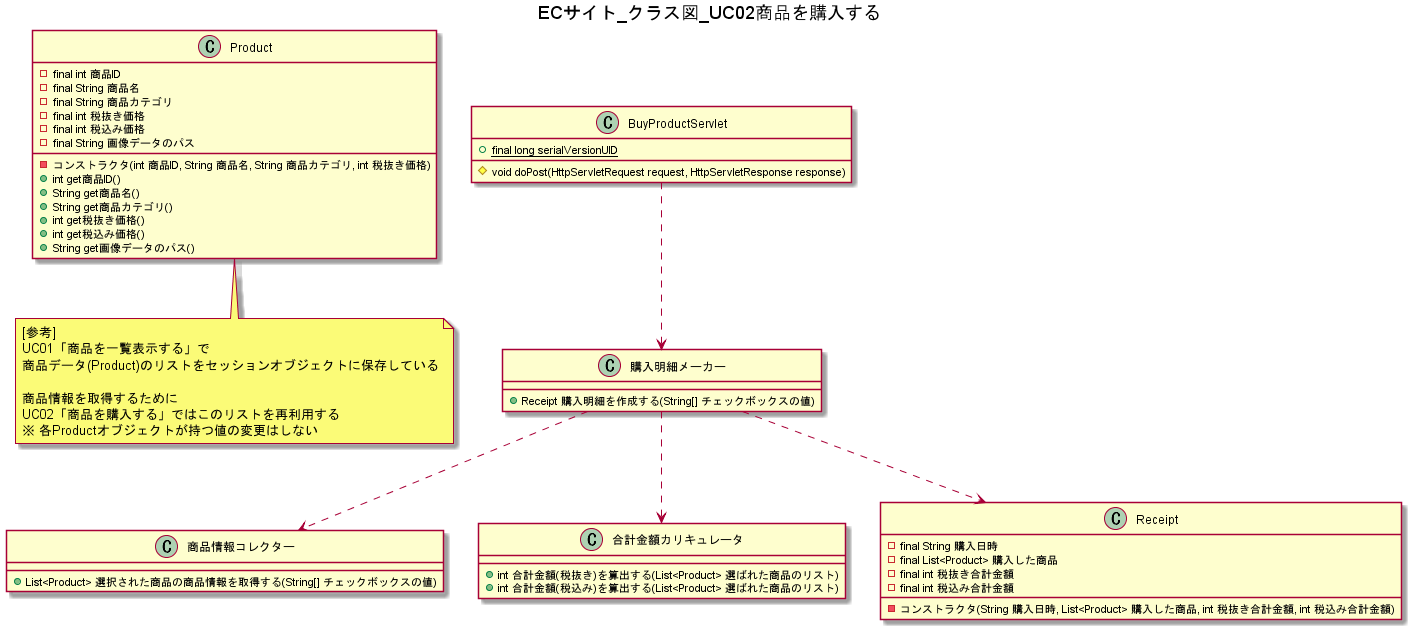
Earlier version of the PlantUML export UML/ECサイト_クラス図_UC02商品を購入する.png (wnakayama/ojt_ecsite).
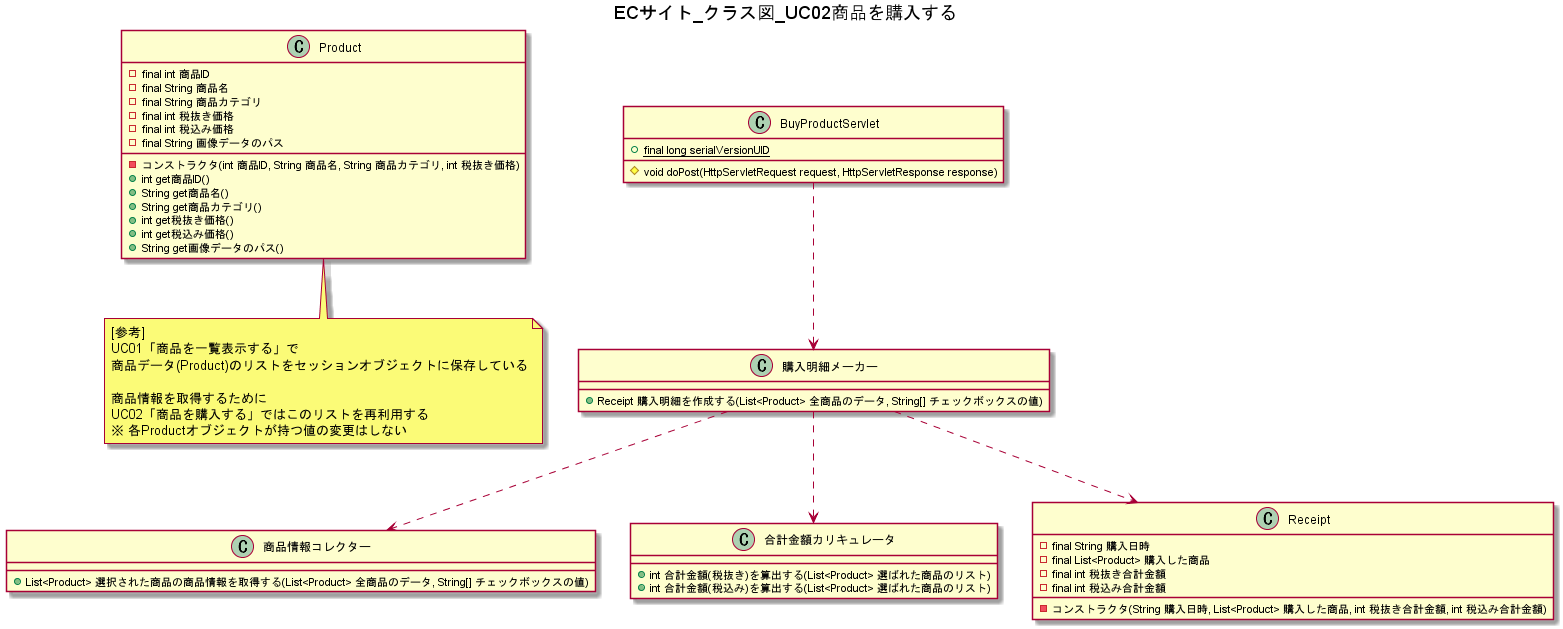
After the change.

What changed in the source:
```diff
@@ -35,12 +35,12 @@
 
 BuyProductServlet ..> 購入明細メーカー
 class 購入明細メーカー {
-    +Receipt 購入明細を作成する(String[] チェックボックスの値)
+    +Receipt 購入明細を作成する(List<Product> 全商品のデータ, String[] チェックボックスの値)
 }
 
 購入明細メーカー ..> 商品情報コレクター
 class 商品情報コレクター {
-    +List<Product> 選択された商品の商品情報を取得する(String[] チェックボックスの値)
+    +List<Product> 選択された商品の商品情報を取得する(List<Product> 全商品のデータ, String[] チェックボックスの値)
 }
 
 購入明細メーカー ..> 合計金額カリキュレータ
```
